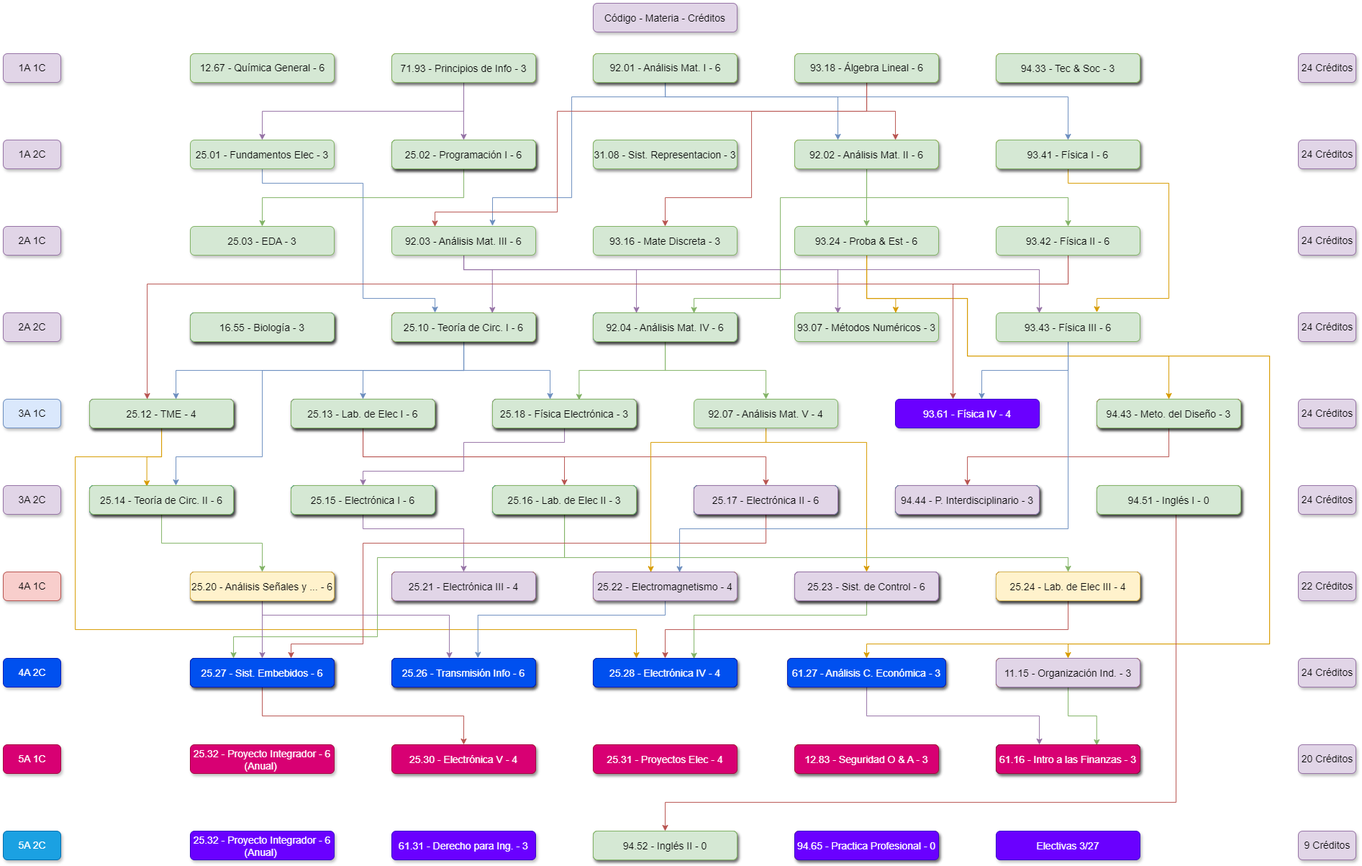
This is K22.drawio.png from juanipla/K22, a draw.io export, as it was before one commit. Source tidied: cells renumbered, new cells last; positions are measured from the earlier drawing's top-left corner, leaving out a move shared by most shapes.
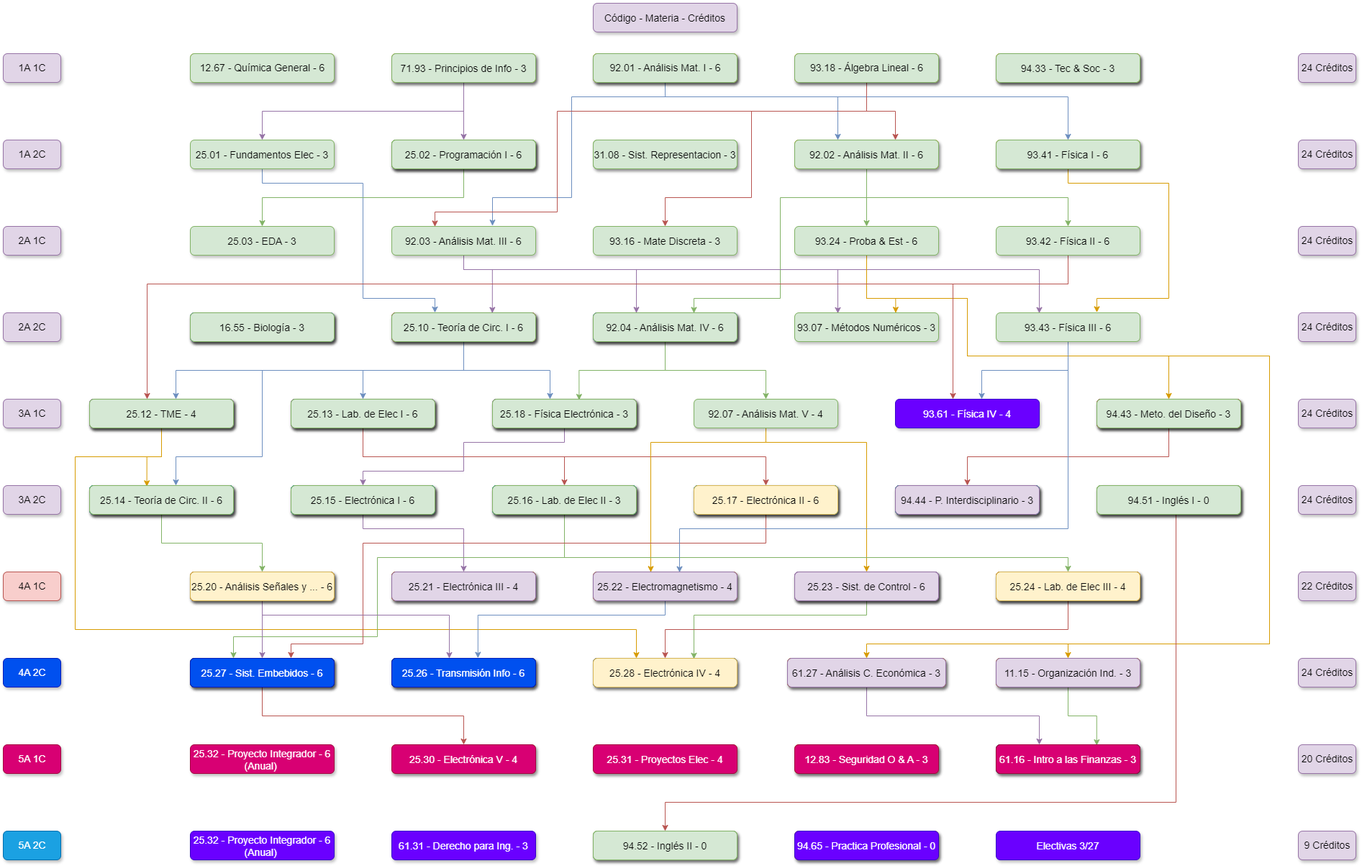
Above is the later version.

Change to the diagram source:
```diff
@@ -271,7 +271,7 @@
     <mxCell id="45" value="2A 2C" style="rounded=1;fillColor=#e1d5e7;strokeColor=#9673a6;shadow=1;fontStyle=0;fontSize=14;labelBorderColor=none;labelBackgroundColor=none;html=1;" parent="1" vertex="1">
       <mxGeometry y="430" width="80" height="40" as="geometry" />
     </mxCell>
-    <mxCell id="46" value="3A 1C" style="rounded=1;fillColor=#dae8fc;strokeColor=#6c8ebf;shadow=1;fontStyle=0;fontSize=14;labelBorderColor=none;labelBackgroundColor=none;html=1;" parent="1" vertex="1">
+    <mxCell id="46" value="3A 1C" style="rounded=1;fillColor=#e1d5e7;strokeColor=#9673a6;shadow=1;fontStyle=0;fontSize=14;labelBorderColor=none;labelBackgroundColor=none;html=1;" parent="1" vertex="1">
       <mxGeometry y="550" width="80" height="40" as="geometry" />
     </mxCell>
     <mxCell id="47" value="3A 2C" style="rounded=1;fillColor=#e1d5e7;strokeColor=#9673a6;shadow=1;fontStyle=0;fontSize=14;labelBorderColor=none;labelBackgroundColor=none;html=1;" parent="1" vertex="1">
@@ -880,7 +880,7 @@
     <mxCell id="203" value="25.16 - Lab. de Elec II - 3" style="rounded=1;fillColor=#d5e8d4;strokeColor=#82b366;shadow=1;fontStyle=0;fontSize=14;labelBorderColor=none;labelBackgroundColor=none;verticalAlign=middle;" parent="1" vertex="1">
       <mxGeometry x="680" y="670" width="200" height="40" as="geometry" />
     </mxCell>
-    <mxCell id="204" value="25.17 - Electrónica II - 6" style="rounded=1;fillColor=#e1d5e7;strokeColor=#9673a6;shadow=1;fontStyle=0;fontSize=14;labelBorderColor=none;labelBackgroundColor=none;verticalAlign=middle;" parent="1" vertex="1">
+    <mxCell id="204" value="25.17 - Electrónica II - 6" style="rounded=1;fillColor=#fff2cc;strokeColor=#d6b656;shadow=1;fontStyle=0;fontSize=14;labelBorderColor=none;labelBackgroundColor=none;verticalAlign=middle;" parent="1" vertex="1">
       <mxGeometry x="960" y="670" width="200" height="40" as="geometry" />
     </mxCell>
     <mxCell id="205" value="94.44 - P. Interdisciplinario - 3" style="rounded=1;fillColor=#e1d5e7;strokeColor=#9673a6;shadow=1;fontStyle=0;fontSize=14;labelBorderColor=none;labelBackgroundColor=none;verticalAlign=middle;" parent="1" vertex="1">
@@ -907,7 +907,7 @@
     <mxCell id="212" value="25.26 - Transmisión Info - 6" style="rounded=1;fillColor=#0050ef;strokeColor=#001DBC;shadow=1;fontStyle=0;fontSize=14;labelBorderColor=none;labelBackgroundColor=none;fontColor=#ffffff;" parent="1" vertex="1">
       <mxGeometry x="540" y="910" width="200" height="40" as="geometry" />
     </mxCell>
-    <mxCell id="213" value="61.27 - Análisis C. Económica - 3" style="rounded=1;fillColor=#0050ef;strokeColor=#001DBC;shadow=1;fontStyle=0;fontSize=14;labelBorderColor=none;labelBackgroundColor=none;verticalAlign=middle;fontColor=#ffffff;" parent="1" vertex="1">
+    <mxCell id="213" value="61.27 - Análisis C. Económica - 3" style="rounded=1;fillColor=#e1d5e7;strokeColor=#9673a6;shadow=1;fontStyle=0;fontSize=14;labelBorderColor=none;labelBackgroundColor=none;verticalAlign=middle;" parent="1" vertex="1">
       <mxGeometry x="1090" y="910" width="220" height="40" as="geometry" />
     </mxCell>
     <mxCell id="214" value="11.15 - Organización Ind. - 3" style="rounded=1;fillColor=#e1d5e7;strokeColor=#9673a6;shadow=1;fontStyle=0;fontSize=14;labelBorderColor=none;labelBackgroundColor=none;verticalAlign=middle;" parent="1" vertex="1">
@@ -937,7 +937,7 @@
     <mxCell id="222" value="94.52 - Inglés II - 0" style="rounded=1;fillColor=#d5e8d4;strokeColor=#82b366;shadow=1;fontStyle=0;fontSize=14;labelBorderColor=none;labelBackgroundColor=none;verticalAlign=middle;" parent="1" vertex="1">
       <mxGeometry x="820" y="1150" width="200" height="40" as="geometry" />
     </mxCell>
-    <mxCell id="223" value="25.28 - Electrónica IV - 4" style="rounded=1;fillColor=#0050ef;strokeColor=#001DBC;shadow=1;fontStyle=0;fontSize=14;labelBorderColor=none;labelBackgroundColor=none;verticalAlign=middle;fontColor=#ffffff;" parent="1" vertex="1">
+    <mxCell id="223" value="25.28 - Electrónica IV - 4" style="rounded=1;fillColor=#fff2cc;strokeColor=#d6b656;shadow=1;fontStyle=0;fontSize=14;labelBorderColor=none;labelBackgroundColor=none;verticalAlign=middle;" parent="1" vertex="1">
       <mxGeometry x="820" y="910" width="200" height="40" as="geometry" />
     </mxCell>
     <mxCell id="224" value="25.22 - Electromagnetismo - 4" style="rounded=1;fillColor=#e1d5e7;strokeColor=#9673a6;shadow=1;fontStyle=0;fontSize=14;labelBorderColor=none;labelBackgroundColor=none;verticalAlign=middle;" parent="1" vertex="1">
```
